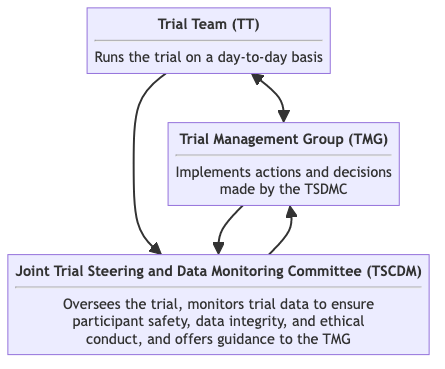
Above: shared-assets/trial-organisation-overview-figure.png in martingerdin/advance-trauma-trial (Mermaid), before the change. Its source is kept beside it as shared-assets/trial-organisation-overview-figure.mmd.
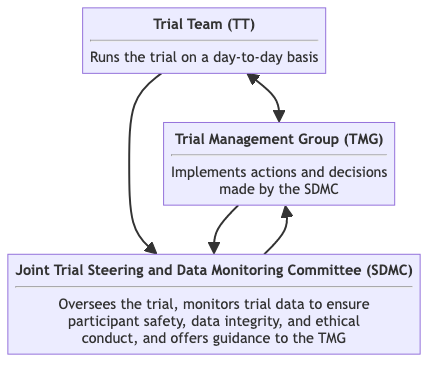
Above is the later version.

Change to the diagram source:
```diff
@@ -2,9 +2,9 @@
     %%{init:{'flowchart':{'nodeSpacing': 50,'rankSpacing': 50,'curve': 'basis'}, 'themeVariables':{'darkMode': true, 'fontSize': '11pt'}}}%%
     direction TB
     TT["<b>Trial Team (TT)</b><hr>Runs the trial on a day-to-day basis"]
-    TMG["<b>Trial Management Group (TMG)</b><hr>Implements actions and decisions<br>made by the TSDMC"]
-    JTSDMC["<b>Joint Trial Steering and Data Monitoring Committee (TSCDM)</b><hr>Oversees the trial, monitors trial data to ensure<br> participant safety, data integrity, and ethical<br> conduct, and offers guidance to the TMG"]
+    TMG["<b>Trial Management Group (TMG)</b><hr>Implements actions and decisions<br>made by the SDMC"]
+    SDMC["<b>Joint Trial Steering and Data Monitoring Committee (SDMC)</b><hr>Oversees the trial, monitors trial data to ensure<br> participant safety, data integrity, and ethical<br> conduct, and offers guidance to the TMG"]
     TT <--> TMG
-    TT --> JTSDMC
-    TMG --> JTSDMC
-    JTSDMC --> TMG
+    TT --> SDMC
+    TMG --> SDMC
+    SDMC --> TMG
```
